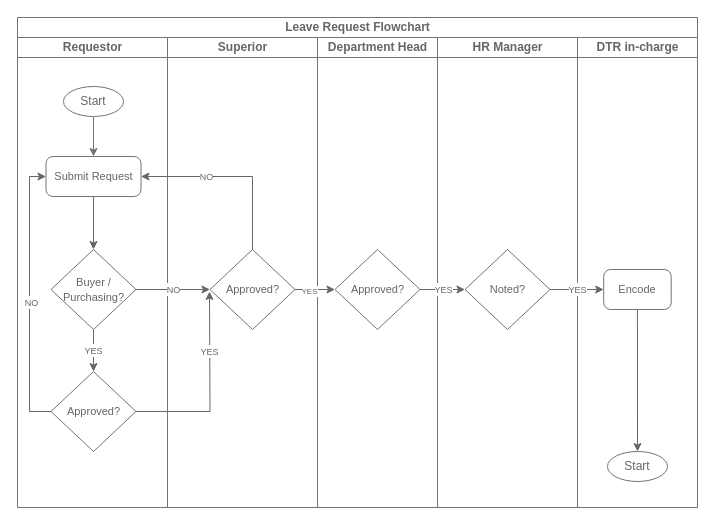
The draw.io diagram page "Leave Request Flow Chart" (5 of 6) of Untitled Diagram.drawio in GmallSysdev/gmall.diagram, before the edit. Source tidied: cells renumbered, new cells numbered last; positions are measured from the earlier drawing's top-left corner, leaving out a move shared by most shapes. Both pictures are drawn from the tidied source at 100%, with x=0, y=0 at pixel (17, 17).
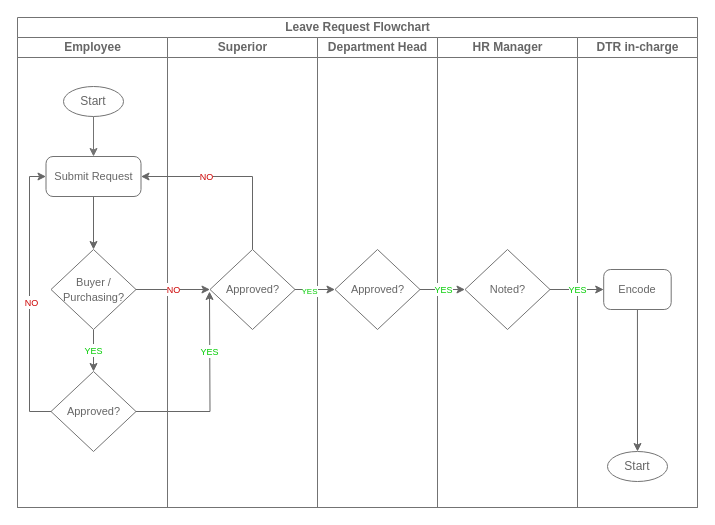
The same diagram, later.

Unchanged cells that the change refers to:
```xml
<mxCell id="2" value="Leave Request Flowchart" style="swimlane;startSize=20;html=1;strokeWidth=1;strokeColor=#737373;fontColor=#666666;" parent="1" vertex="1">
  <mxGeometry width="680" height="490" as="geometry" />
</mxCell>
<mxCell id="9" value="&lt;font style=&quot;font-size: 11px;&quot;&gt;Buyer / Purchasing?&lt;/font&gt;" style="strokeWidth=1;html=1;shape=mxgraph.flowchart.decision;whiteSpace=wrap;strokeColor=#737373;fontColor=#666666;" parent="3" vertex="1">
  <mxGeometry x="33.5" y="212" width="85" height="80" as="geometry" />
</mxCell>
<mxCell id="10" style="edgeStyle=orthogonalEdgeStyle;rounded=0;jettySize=auto;html=1;exitX=0;exitY=0.5;exitDx=0;exitDy=0;exitPerimeter=0;entryX=0;entryY=0.5;entryDx=0;entryDy=0;fontColor=#666666;strokeColor=#666666;" parent="3" edge="1" source="13" target="7">
  <mxGeometry relative="1" as="geometry">
    <Array as="points">
      <mxPoint x="12" y="374" />
      <mxPoint x="12" y="139" />
    </Array>
  </mxGeometry>
</mxCell>
<mxCell id="13" value="&lt;font style=&quot;font-size: 11px;&quot;&gt;Approved?&lt;/font&gt;" style="strokeWidth=1;html=1;shape=mxgraph.flowchart.decision;whiteSpace=wrap;strokeColor=#737373;fontColor=#666666;" parent="3" vertex="1">
  <mxGeometry x="33.5" y="334" width="85" height="80" as="geometry" />
</mxCell>
<mxCell id="15" value="&lt;font style=&quot;font-size: 11px;&quot;&gt;Approved?&lt;/font&gt;" style="strokeWidth=1;html=1;shape=mxgraph.flowchart.decision;whiteSpace=wrap;strokeColor=#737373;fontColor=#666666;" parent="14" vertex="1">
  <mxGeometry x="42.5" y="212" width="85" height="80" as="geometry" />
</mxCell>
<mxCell id="17" value="&lt;font style=&quot;font-size: 11px;&quot;&gt;Approved?&lt;/font&gt;" style="strokeWidth=1;html=1;shape=mxgraph.flowchart.decision;whiteSpace=wrap;strokeColor=#737373;fontColor=#666666;" parent="16" vertex="1">
  <mxGeometry x="17.5" y="212" width="85" height="80" as="geometry" />
</mxCell>
<mxCell id="19" value="&lt;font style=&quot;font-size: 11px;&quot;&gt;Noted?&lt;/font&gt;" style="strokeWidth=1;html=1;shape=mxgraph.flowchart.decision;whiteSpace=wrap;strokeColor=#737373;fontColor=#666666;" parent="18" vertex="1">
  <mxGeometry x="27.5" y="212" width="85" height="80" as="geometry" />
</mxCell>
<mxCell id="21" style="edgeStyle=orthogonalEdgeStyle;rounded=0;jettySize=auto;html=1;exitX=0.5;exitY=0;exitDx=0;exitDy=0;exitPerimeter=0;entryX=1;entryY=0.5;entryDx=0;entryDy=0;fontColor=#666666;strokeColor=#666666;" parent="2" edge="1" source="15" target="7">
  <mxGeometry relative="1" as="geometry" />
</mxCell>
<mxCell id="23" style="edgeStyle=orthogonalEdgeStyle;rounded=0;jettySize=auto;html=1;exitX=1;exitY=0.5;exitDx=0;exitDy=0;exitPerimeter=0;entryX=0;entryY=0.5;entryDx=0;entryDy=0;entryPerimeter=0;fontSize=7;fontColor=#666666;strokeColor=#666666;" parent="2" edge="1" source="15" target="17">
  <mxGeometry relative="1" as="geometry" />
</mxCell>
<mxCell id="27" value="&lt;span style=&quot;font-size: 11px;&quot;&gt;Encode&lt;/span&gt;" style="rounded=1;whiteSpace=wrap;html=1;absoluteArcSize=1;arcSize=14;strokeWidth=1;strokeColor=#737373;fontColor=#666666;" parent="25" vertex="1">
  <mxGeometry x="26.2" y="232" width="67.5" height="40" as="geometry" />
</mxCell>
```

What changed in the source:
```diff
@@
-    <mxCell id="3" value="Requestor" style="swimlane;startSize=20;html=1;strokeWidth=1;strokeColor=#737373;fontColor=#666666;" parent="2" vertex="1">
+    <mxCell id="3" value="Employee" style="swimlane;startSize=20;html=1;strokeWidth=1;strokeColor=#737373;fontColor=#666666;" parent="2" vertex="1">
       <mxGeometry y="20" width="150" height="470" as="geometry" />
     </mxCell>
@@
-    <mxCell id="8" value="&lt;font style=&quot;font-size: 9px;&quot;&gt;YES&lt;/font&gt;" style="edgeStyle=orthogonalEdgeStyle;rounded=0;jettySize=auto;html=1;exitX=0.5;exitY=1;exitDx=0;exitDy=0;exitPerimeter=0;entryX=0.5;entryY=0;entryDx=0;entryDy=0;entryPerimeter=0;fontColor=#666666;strokeColor=#666666;" parent="3" edge="1" source="9" target="13">
+    <mxCell id="8" value="&lt;font style=&quot;font-size: 9px;&quot;&gt;YES&lt;/font&gt;" style="edgeStyle=orthogonalEdgeStyle;rounded=0;jettySize=auto;html=1;exitX=0.5;exitY=1;exitDx=0;exitDy=0;exitPerimeter=0;entryX=0.5;entryY=0;entryDx=0;entryDy=0;entryPerimeter=0;fontColor=#00CC00;strokeColor=#666666;" parent="3" edge="1" source="9" target="13">
       <mxGeometry relative="1" as="geometry" />
     </mxCell>
@@
-    <mxCell id="11" value="&lt;font style=&quot;font-size: 9px;&quot;&gt;NO&lt;/font&gt;" style="edgeLabel;html=1;align=center;verticalAlign=middle;fontColor=#666666;" parent="10" vertex="1">
+    <mxCell id="11" value="&lt;font style=&quot;font-size: 9px;&quot;&gt;NO&lt;/font&gt;" style="edgeLabel;html=1;align=center;verticalAlign=middle;fontColor=#CC0000;" parent="10" vertex="1">
       <mxGeometry x="-0.04" y="-1" relative="1" as="geometry" />
     </mxCell>
-    <mxCell id="12" value="&lt;font style=&quot;font-size: 9px;&quot;&gt;YES&lt;/font&gt;" style="edgeStyle=orthogonalEdgeStyle;rounded=0;jettySize=auto;html=1;fontColor=#666666;strokeColor=#666666;" parent="3" edge="1" source="13">
+    <mxCell id="12" value="&lt;font style=&quot;font-size: 9px;&quot;&gt;YES&lt;/font&gt;" style="edgeStyle=orthogonalEdgeStyle;rounded=0;jettySize=auto;html=1;fontColor=#00CC00;strokeColor=#666666;" parent="3" edge="1" source="13">
       <mxGeometry x="0.38" relative="1" as="geometry">
         <mxPoint x="192" y="254" as="targetPoint" />
       </mxGeometry>
     </mxCell>
@@
-    <mxCell id="20" value="&lt;font style=&quot;font-size: 9px;&quot;&gt;NO&lt;/font&gt;" style="edgeStyle=orthogonalEdgeStyle;rounded=0;jettySize=auto;html=1;exitX=1;exitY=0.5;exitDx=0;exitDy=0;exitPerimeter=0;entryX=0;entryY=0.5;entryDx=0;entryDy=0;entryPerimeter=0;fontColor=#666666;strokeColor=#666666;" parent="2" edge="1" source="9" target="15">
+    <mxCell id="20" value="&lt;font style=&quot;font-size: 9px;&quot;&gt;NO&lt;/font&gt;" style="edgeStyle=orthogonalEdgeStyle;rounded=0;jettySize=auto;html=1;exitX=1;exitY=0.5;exitDx=0;exitDy=0;exitPerimeter=0;entryX=0;entryY=0.5;entryDx=0;entryDy=0;entryPerimeter=0;fontColor=#CC0000;strokeColor=#666666;" parent="2" edge="1" source="9" target="15">
       <mxGeometry relative="1" as="geometry" />
     </mxCell>
@@
-    <mxCell id="22" value="&lt;font style=&quot;font-size: 9px;&quot;&gt;NO&lt;/font&gt;" style="edgeLabel;html=1;align=center;verticalAlign=middle;fontColor=#666666;" parent="21" vertex="1">
+    <mxCell id="22" value="&lt;font style=&quot;font-size: 9px;&quot;&gt;NO&lt;/font&gt;" style="edgeLabel;html=1;align=center;verticalAlign=middle;fontColor=#CC0000;" parent="21" vertex="1">
       <mxGeometry x="0.3" y="-1" relative="1" as="geometry" />
     </mxCell>
@@
-    <mxCell id="24" value="&lt;font style=&quot;font-size: 8px;&quot;&gt;YES&lt;/font&gt;" style="edgeLabel;html=1;align=center;verticalAlign=middle;fontSize=9;fontColor=#666666;" parent="23" vertex="1">
+    <mxCell id="24" value="&lt;font style=&quot;font-size: 8px;&quot;&gt;YES&lt;/font&gt;" style="edgeLabel;html=1;align=center;verticalAlign=middle;fontSize=9;fontColor=#00CC00;" parent="23" vertex="1">
       <mxGeometry x="-0.28" y="-1" relative="1" as="geometry" />
     </mxCell>
@@
-    <mxCell id="29" value="&lt;font style=&quot;font-size: 9px;&quot;&gt;YES&lt;/font&gt;" style="edgeStyle=orthogonalEdgeStyle;rounded=0;jettySize=auto;html=1;exitX=1;exitY=0.5;exitDx=0;exitDy=0;exitPerimeter=0;entryX=0;entryY=0.5;entryDx=0;entryDy=0;entryPerimeter=0;fontColor=#666666;strokeColor=#666666;" parent="2" edge="1" source="17" target="19">
+    <mxCell id="29" value="&lt;font style=&quot;font-size: 9px;&quot;&gt;YES&lt;/font&gt;" style="edgeStyle=orthogonalEdgeStyle;rounded=0;jettySize=auto;html=1;exitX=1;exitY=0.5;exitDx=0;exitDy=0;exitPerimeter=0;entryX=0;entryY=0.5;entryDx=0;entryDy=0;entryPerimeter=0;fontColor=#00CC00;strokeColor=#666666;" parent="2" edge="1" source="17" target="19">
       <mxGeometry relative="1" as="geometry" />
     </mxCell>
-    <mxCell id="30" value="&lt;font style=&quot;font-size: 9px;&quot;&gt;YES&lt;/font&gt;" style="edgeStyle=orthogonalEdgeStyle;rounded=0;jettySize=auto;html=1;exitX=1;exitY=0.5;exitDx=0;exitDy=0;exitPerimeter=0;entryX=0;entryY=0.5;entryDx=0;entryDy=0;fontColor=#666666;strokeColor=#666666;" parent="2" edge="1" source="19" target="27">
+    <mxCell id="30" value="&lt;font style=&quot;font-size: 9px;&quot;&gt;YES&lt;/font&gt;" style="edgeStyle=orthogonalEdgeStyle;rounded=0;jettySize=auto;html=1;exitX=1;exitY=0.5;exitDx=0;exitDy=0;exitPerimeter=0;entryX=0;entryY=0.5;entryDx=0;entryDy=0;fontColor=#00CC00;strokeColor=#666666;" parent="2" edge="1" source="19" target="27">
       <mxGeometry relative="1" as="geometry">
         <Array as="points">
           <mxPoint x="559" y="272" />
           <mxPoint x="559" y="272" />
         </Array>
       </mxGeometry>
     </mxCell>
```
